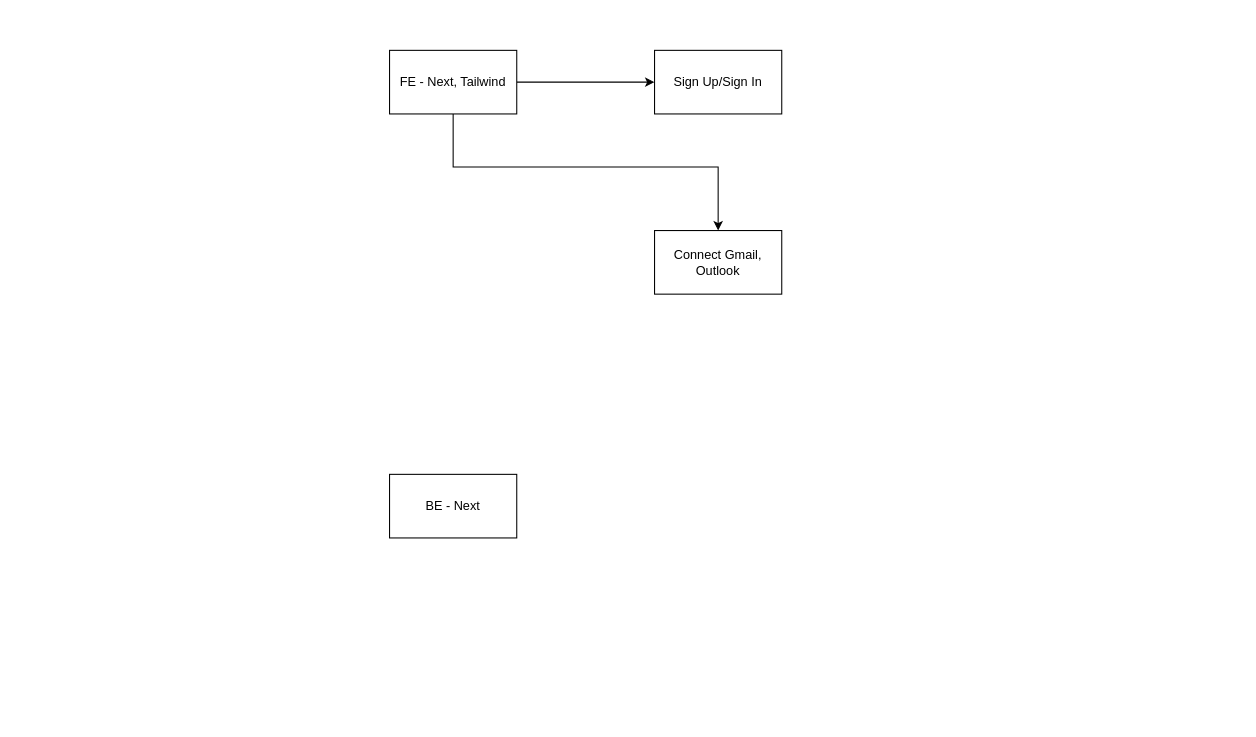
Earlier version of the draw.io diagram newsletter-app.drawio (hoangv97/draw-io). Source tidied: cells renumbered, new cells numbered last; positions are measured from the earlier drawing's top-left corner, leaving out a move shared by most shapes. Both pictures are drawn from the tidied source at 106%, with x=0, y=0 at pixel (389, 50).
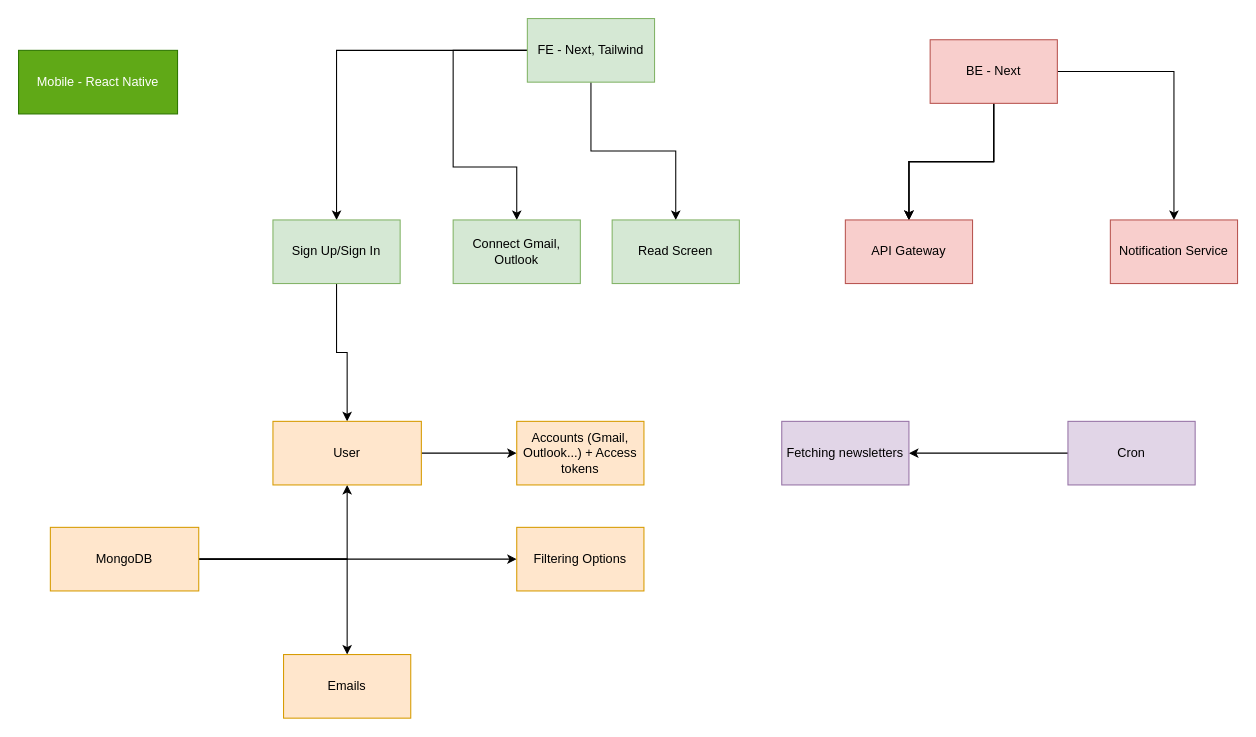
After the change.

Commit message:
Cập nhật newsletter-app.drawio

The edit, as a diff of the source:
```diff
@@
-    <mxCell id="3" style="edgeStyle=orthogonalEdgeStyle;rounded=0;jettySize=auto;html=1;" parent="1" edge="1" source="4" target="7">
+    <mxCell id="3" style="edgeStyle=orthogonalEdgeStyle;rounded=0;jettySize=auto;html=1;entryX=0.5;entryY=0;entryDx=0;entryDy=0;" parent="1" edge="1" source="4" target="7">
       <mxGeometry relative="1" as="geometry">
         <Array as="points">
           <mxPoint x="60" y="110" />
-          <mxPoint x="310" y="110" />
+          <mxPoint x="120" y="110" />
         </Array>
       </mxGeometry>
     </mxCell>
+    <mxCell id="8" style="edgeStyle=orthogonalEdgeStyle;rounded=0;jettySize=auto;html=1;" parent="1" edge="1" source="4" target="29">
+      <mxGeometry relative="1" as="geometry" />
+    </mxCell>
-    <mxCell id="4" value="FE - Next, Tailwind" style="rounded=0;whiteSpace=wrap;html=1;" parent="1" vertex="1">
-      <mxGeometry width="120" height="60" as="geometry" />
+    <mxCell id="4" value="FE - Next, Tailwind" style="rounded=0;whiteSpace=wrap;html=1;fillColor=#d5e8d4;strokeColor=#82b366;" parent="1" vertex="1">
+      <mxGeometry x="130" y="-30" width="120" height="60" as="geometry" />
     </mxCell>
+    <mxCell id="9" style="edgeStyle=orthogonalEdgeStyle;rounded=0;jettySize=auto;html=1;" parent="1" edge="1" source="5" target="27">
+      <mxGeometry relative="1" as="geometry" />
+    </mxCell>
+    <mxCell id="10" style="edgeStyle=orthogonalEdgeStyle;rounded=0;jettySize=auto;html=1;" parent="1" edge="1" source="5" target="27">
+      <mxGeometry relative="1" as="geometry" />
+    </mxCell>
+    <mxCell id="11" style="edgeStyle=orthogonalEdgeStyle;rounded=0;jettySize=auto;html=1;" parent="1" edge="1" source="5" target="27">
+      <mxGeometry relative="1" as="geometry" />
+    </mxCell>
+    <mxCell id="12" style="edgeStyle=orthogonalEdgeStyle;rounded=0;jettySize=auto;html=1;" parent="1" edge="1" source="5" target="28">
+      <mxGeometry relative="1" as="geometry" />
+    </mxCell>
-    <mxCell id="5" value="BE - Next" style="rounded=0;whiteSpace=wrap;html=1;" parent="1" vertex="1">
-      <mxGeometry y="400" width="120" height="60" as="geometry" />
+    <mxCell id="5" value="BE - Next" style="rounded=0;whiteSpace=wrap;html=1;fillColor=#f8cecc;strokeColor=#b85450;" parent="1" vertex="1">
+      <mxGeometry x="510" y="-10" width="120" height="60" as="geometry" />
     </mxCell>
+    <mxCell id="13" style="edgeStyle=orthogonalEdgeStyle;rounded=0;jettySize=auto;html=1;entryX=0.5;entryY=0;entryDx=0;entryDy=0;" parent="1" edge="1" source="6" target="22">
+      <mxGeometry relative="1" as="geometry" />
+    </mxCell>
-    <mxCell id="6" value="Sign Up/Sign In" style="rounded=0;whiteSpace=wrap;html=1;" parent="1" vertex="1">
-      <mxGeometry x="250" width="120" height="60" as="geometry" />
+    <mxCell id="6" value="Sign Up/Sign In" style="rounded=0;whiteSpace=wrap;html=1;fillColor=#d5e8d4;strokeColor=#82b366;" parent="1" vertex="1">
+      <mxGeometry x="-110" y="160" width="120" height="60" as="geometry" />
     </mxCell>
-    <mxCell id="7" value="Connect Gmail, Outlook" style="rounded=0;whiteSpace=wrap;html=1;" parent="1" vertex="1">
-      <mxGeometry x="250" y="170" width="120" height="60" as="geometry" />
+    <mxCell id="7" value="Connect Gmail, Outlook" style="rounded=0;whiteSpace=wrap;html=1;fillColor=#d5e8d4;strokeColor=#82b366;" parent="1" vertex="1">
+      <mxGeometry x="60" y="160" width="120" height="60" as="geometry" />
     </mxCell>
+    <mxCell id="14" value="Mobile - React Native" style="rounded=0;whiteSpace=wrap;html=1;fillColor=#60a917;strokeColor=#2D7600;fontColor=#ffffff;" parent="1" vertex="1">
+      <mxGeometry x="-350" width="150" height="60" as="geometry" />
+    </mxCell>
+    <mxCell id="15" style="edgeStyle=orthogonalEdgeStyle;rounded=0;jettySize=auto;html=1;" parent="1" edge="1" source="16" target="26">
+      <mxGeometry relative="1" as="geometry" />
+    </mxCell>
+    <mxCell id="16" value="Cron" style="rounded=0;whiteSpace=wrap;html=1;fillColor=#e1d5e7;strokeColor=#9673a6;" parent="1" vertex="1">
+      <mxGeometry x="640" y="350" width="120" height="60" as="geometry" />
+    </mxCell>
+    <mxCell id="17" style="edgeStyle=orthogonalEdgeStyle;rounded=0;jettySize=auto;html=1;" parent="1" edge="1" source="20" target="22">
+      <mxGeometry relative="1" as="geometry" />
+    </mxCell>
+    <mxCell id="18" style="edgeStyle=orthogonalEdgeStyle;rounded=0;jettySize=auto;html=1;" parent="1" edge="1" source="20" target="24">
+      <mxGeometry relative="1" as="geometry" />
+    </mxCell>
+    <mxCell id="19" style="edgeStyle=orthogonalEdgeStyle;rounded=0;jettySize=auto;html=1;" parent="1" edge="1" source="20" target="25">
+      <mxGeometry relative="1" as="geometry" />
+    </mxCell>
+    <mxCell id="20" value="MongoDB" style="rounded=0;whiteSpace=wrap;html=1;fillColor=#ffe6cc;strokeColor=#d79b00;" parent="1" vertex="1">
+      <mxGeometry x="-320" y="450" width="140" height="60" as="geometry" />
+    </mxCell>
+    <mxCell id="21" style="edgeStyle=orthogonalEdgeStyle;rounded=0;jettySize=auto;html=1;" parent="1" edge="1" source="22" target="23">
+      <mxGeometry relative="1" as="geometry" />
+    </mxCell>
+    <mxCell id="22" value="User" style="rounded=0;whiteSpace=wrap;html=1;fillColor=#ffe6cc;strokeColor=#d79b00;" parent="1" vertex="1">
+      <mxGeometry x="-110" y="350" width="140" height="60" as="geometry" />
+    </mxCell>
+    <mxCell id="23" value="Accounts (Gmail, Outlook...) + Access tokens" style="whiteSpace=wrap;html=1;rounded=0;fillColor=#ffe6cc;strokeColor=#d79b00;" parent="1" vertex="1">
+      <mxGeometry x="120" y="350" width="120" height="60" as="geometry" />
+    </mxCell>
+    <mxCell id="24" value="Emails" style="whiteSpace=wrap;html=1;fillColor=#ffe6cc;strokeColor=#d79b00;rounded=0;" parent="1" vertex="1">
+      <mxGeometry x="-100" y="570" width="120" height="60" as="geometry" />
+    </mxCell>
+    <mxCell id="25" value="Filtering Options" style="whiteSpace=wrap;html=1;fillColor=#ffe6cc;strokeColor=#d79b00;rounded=0;" parent="1" vertex="1">
+      <mxGeometry x="120" y="450" width="120" height="60" as="geometry" />
+    </mxCell>
+    <mxCell id="26" value="Fetching newsletters" style="whiteSpace=wrap;html=1;fillColor=#e1d5e7;strokeColor=#9673a6;rounded=0;" parent="1" vertex="1">
+      <mxGeometry x="370" y="350" width="120" height="60" as="geometry" />
+    </mxCell>
+    <mxCell id="27" value="API Gateway" style="whiteSpace=wrap;html=1;fillColor=#f8cecc;strokeColor=#b85450;rounded=0;" parent="1" vertex="1">
+      <mxGeometry x="430" y="160" width="120" height="60" as="geometry" />
+    </mxCell>
+    <mxCell id="28" value="Notification Service" style="whiteSpace=wrap;html=1;fillColor=#f8cecc;strokeColor=#b85450;rounded=0;" parent="1" vertex="1">
+      <mxGeometry x="680" y="160" width="120" height="60" as="geometry" />
+    </mxCell>
+    <mxCell id="29" value="Read Screen" style="whiteSpace=wrap;html=1;fillColor=#d5e8d4;strokeColor=#82b366;rounded=0;" parent="1" vertex="1">
+      <mxGeometry x="210" y="160" width="120" height="60" as="geometry" />
+    </mxCell>
```
